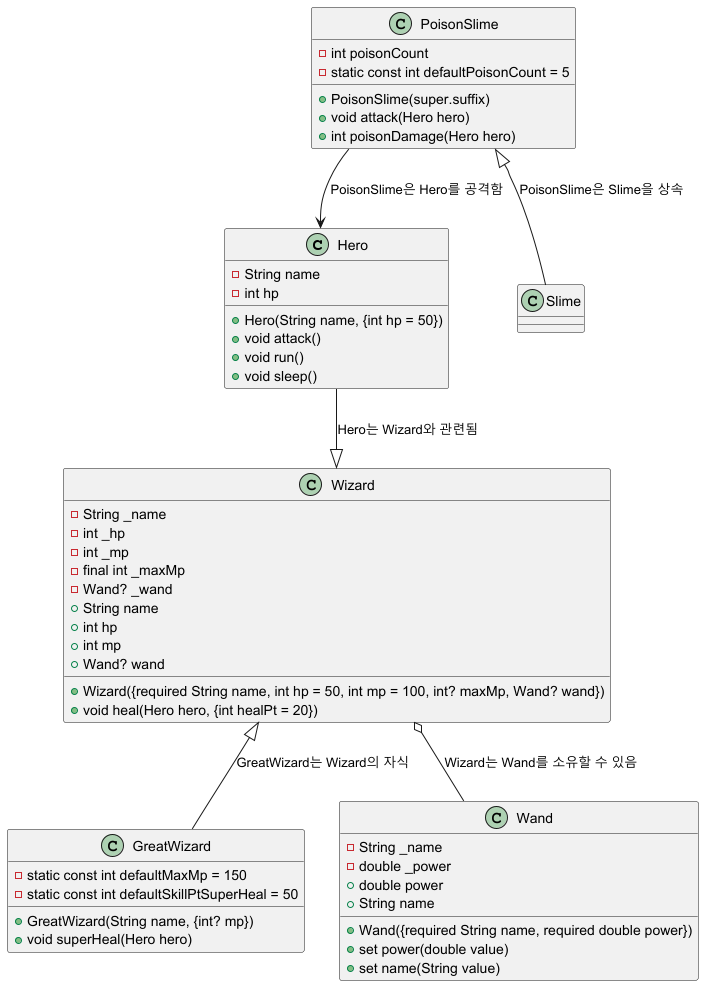
Earlier version of the PlantUML export assignments/2025-03-18/img/250318-diagram.png (SurvivalCodingCampus/modu-3-dart-study).
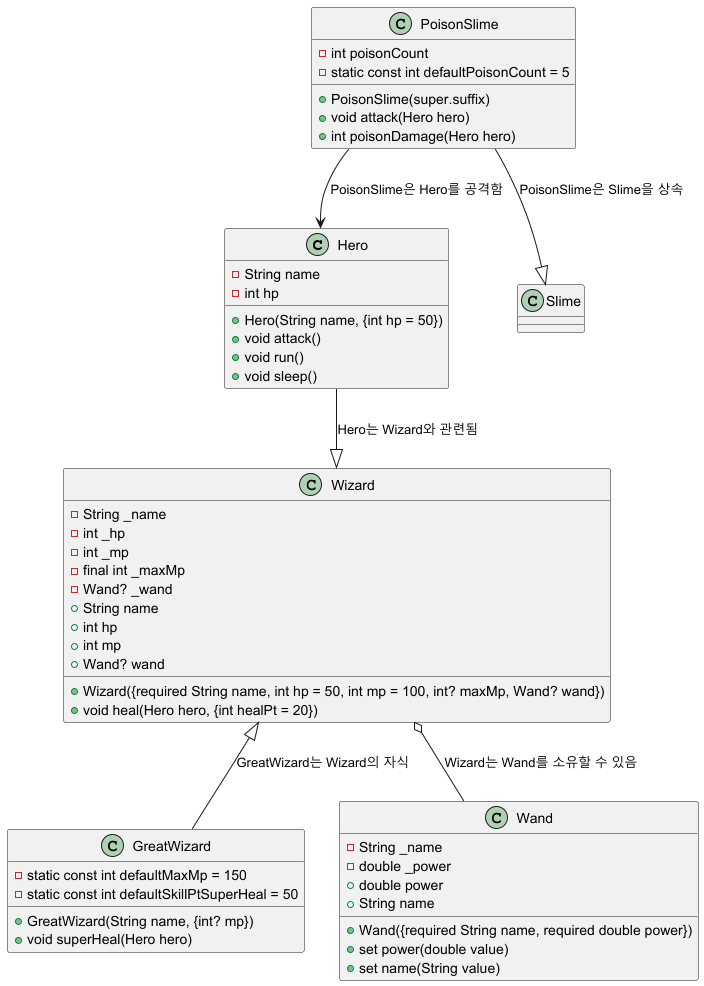
The same diagram one commit later.

Commit message:
fix: 25-03-18 중복코드 및 다이어그램 잘못된 표기 수정

Diff of the diagram source:
```diff
@@ -50,6 +50,6 @@
 Hero --|> Wizard : "Hero는 Wizard와 관련됨"
 Wizard <|-- GreatWizard : "GreatWizard는 Wizard의 자식"
 Wizard o-- Wand : "Wizard는 Wand를 소유할 수 있음"
-PoisonSlime <|-- Slime : "PoisonSlime은 Slime을 상속"
+PoisonSlime --|> Slime : "PoisonSlime은 Slime을 상속"
 PoisonSlime --> Hero : "PoisonSlime은 Hero를 공격함"
 @enduml
```
